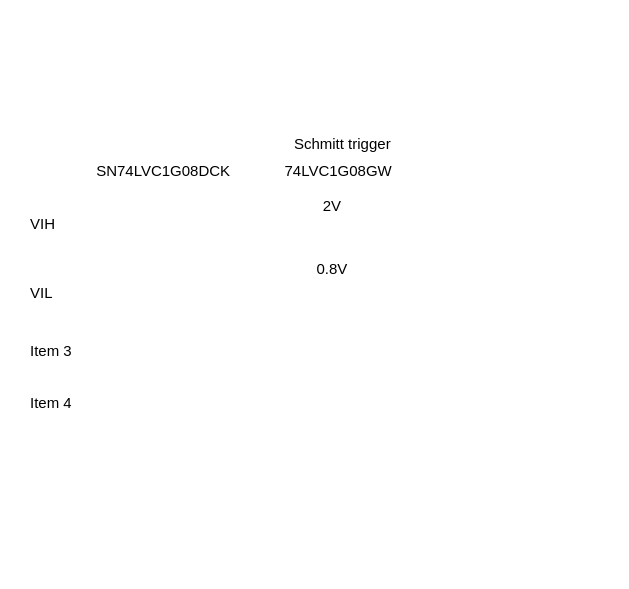
Before: CPU_U39_CP_rework.drawio in kongzhongfeima/draw_io, a draw.io diagram. Source tidied: cells renumbered, new cells numbered last; positions are measured from the earlier drawing's top-left corner, leaving out a move shared by most shapes. Both pictures are drawn from the tidied source at 125%, with x=0, y=0 at pixel (21, 125).
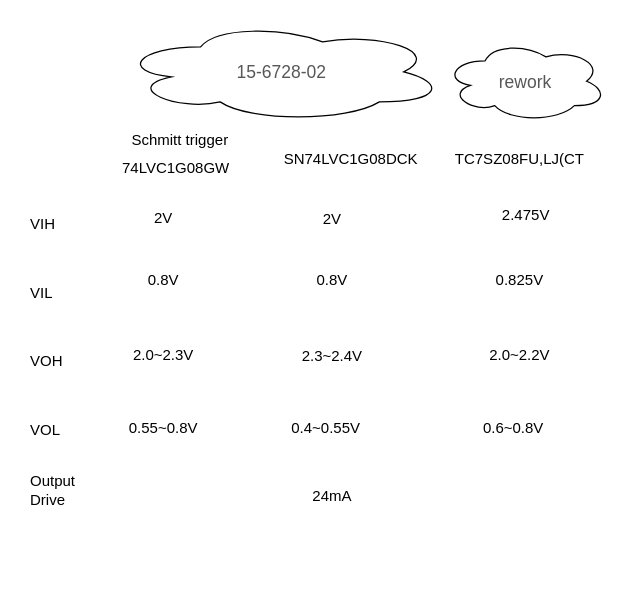
After the change.

Change to the diagram source:
```diff
@@
     <mxCell id="2" style="shape=table;startSize=0;childLayout=tableLayout;fontSize=11;fillColor=none;strokeColor=none;" parent="1" vertex="1">
-      <mxGeometry y="52" width="60" height="190" as="geometry" />
+      <mxGeometry y="52" width="60" height="301" as="geometry" />
     </mxCell>
@@
+    <mxCell id="16" style="shape=tableRow;horizontal=0;startSize=0;swimlaneHead=0;swimlaneBody=0;strokeColor=inherit;top=0;left=0;bottom=0;right=0;fillColor=none;fontSize=16;" parent="2" vertex="1">
+      <mxGeometry y="109" width="60" height="55" as="geometry" />
+    </mxCell>
+    <mxCell id="17" value="VOH" style="shape=partialRectangle;html=1;whiteSpace=wrap;strokeColor=inherit;overflow=hidden;fillColor=none;top=0;left=0;bottom=0;right=0;fontSize=12;align=left;spacingLeft=5;" parent="16" vertex="1">
+      <mxGeometry width="60" height="55" as="geometry" />
+    </mxCell>
+    <mxCell id="18" style="shape=tableRow;horizontal=0;startSize=0;swimlaneHead=0;swimlaneBody=0;strokeColor=inherit;top=0;left=0;bottom=0;right=0;fillColor=none;fontSize=16;" parent="2" vertex="1">
+      <mxGeometry y="164" width="60" height="56" as="geometry" />
+    </mxCell>
+    <mxCell id="19" value="VOL" style="shape=partialRectangle;html=1;whiteSpace=wrap;strokeColor=inherit;overflow=hidden;fillColor=none;top=0;left=0;bottom=0;right=0;fontSize=12;align=left;spacingLeft=5;" parent="18" vertex="1">
+      <mxGeometry width="60" height="56" as="geometry" />
+    </mxCell>
     <mxCell id="7" style="shape=tableRow;horizontal=0;startSize=0;swimlaneHead=0;swimlaneBody=0;strokeColor=inherit;top=0;left=0;bottom=0;right=0;fillColor=none;fontSize=16;" parent="2" vertex="1">
-      <mxGeometry y="109" width="60" height="40" as="geometry" />
+      <mxGeometry y="220" width="60" height="40" as="geometry" />
     </mxCell>
-    <mxCell id="8" value="Item 3" style="shape=partialRectangle;html=1;whiteSpace=wrap;strokeColor=inherit;overflow=hidden;fillColor=none;top=0;left=0;bottom=0;right=0;fontSize=12;align=left;spacingLeft=5;" parent="7" vertex="1">
+    <mxCell id="8" value="Output Drive" style="shape=partialRectangle;html=1;whiteSpace=wrap;strokeColor=inherit;overflow=hidden;fillColor=none;top=0;left=0;bottom=0;right=0;fontSize=12;align=left;spacingLeft=5;" parent="7" vertex="1">
       <mxGeometry width="60" height="40" as="geometry" />
     </mxCell>
     <mxCell id="9" style="shape=tableRow;horizontal=0;startSize=0;swimlaneHead=0;swimlaneBody=0;strokeColor=inherit;top=0;left=0;bottom=0;right=0;fillColor=none;fontSize=16;" parent="2" vertex="1">
-      <mxGeometry y="149" width="60" height="41" as="geometry" />
+      <mxGeometry y="260" width="60" height="41" as="geometry" />
     </mxCell>
-    <mxCell id="10" value="Item 4" style="shape=partialRectangle;html=1;whiteSpace=wrap;strokeColor=inherit;overflow=hidden;fillColor=none;top=0;left=0;bottom=0;right=0;fontSize=12;align=left;spacingLeft=5;" parent="9" vertex="1">
+    <mxCell id="10" style="shape=partialRectangle;html=1;whiteSpace=wrap;strokeColor=inherit;overflow=hidden;fillColor=none;top=0;left=0;bottom=0;right=0;fontSize=12;align=left;spacingLeft=5;" parent="9" vertex="1">
       <mxGeometry width="60" height="41" as="geometry" />
     </mxCell>
     <mxCell id="11" value="SN74LVC1G08DCK" style="text;html=1;align=center;verticalAlign=middle;strokeColor=none;fillColor=none;" parent="1" vertex="1">
-      <mxGeometry x="48" y="22" width="130" height="30" as="geometry" />
+      <mxGeometry x="198" y="12" width="130" height="30" as="geometry" />
     </mxCell>
     <mxCell id="12" value="74LVC1G08GW" style="text;html=1;align=center;verticalAlign=middle;strokeColor=none;fillColor=none;" parent="1" vertex="1">
-      <mxGeometry x="198" y="22" width="110" height="30" as="geometry" />
+      <mxGeometry x="68" y="19" width="110" height="30" as="geometry" />
     </mxCell>
     <mxCell id="13" value="Schmitt trigger&amp;nbsp;" style="text;html=1;align=center;verticalAlign=middle;strokeColor=none;fillColor=none;" parent="1" vertex="1">
-      <mxGeometry x="208" width="100" height="30" as="geometry" />
+      <mxGeometry x="78" y="-3" width="100" height="30" as="geometry" />
     </mxCell>
     <mxCell id="14" value="2V" style="text;html=1;align=center;verticalAlign=middle;strokeColor=none;fillColor=none;" parent="1" vertex="1">
-      <mxGeometry x="228" y="50" width="40" height="30" as="geometry" />
+      <mxGeometry x="93" y="59" width="40" height="30" as="geometry" />
     </mxCell>
     <mxCell id="15" value="0.8V" style="text;html=1;align=center;verticalAlign=middle;strokeColor=none;fillColor=none;" parent="1" vertex="1">
-      <mxGeometry x="223" y="100" width="50" height="30" as="geometry" />
+      <mxGeometry x="88" y="109" width="50" height="30" as="geometry" />
     </mxCell>
+    <mxCell id="20" value="2.0~2.3V" style="text;html=1;align=center;verticalAlign=middle;strokeColor=none;fillColor=none;" parent="1" vertex="1">
+      <mxGeometry x="78" y="169" width="70" height="30" as="geometry" />
+    </mxCell>
+    <mxCell id="21" value="0.55~0.8V" style="text;html=1;align=center;verticalAlign=middle;strokeColor=none;fillColor=none;" parent="1" vertex="1">
+      <mxGeometry x="73" y="227" width="80" height="30" as="geometry" />
+    </mxCell>
+    <mxCell id="22" value="TC7SZ08FU,LJ(CT" style="text;html=1;align=center;verticalAlign=middle;strokeColor=none;fillColor=none;" parent="1" vertex="1">
+      <mxGeometry x="333" y="12" width="130" height="30" as="geometry" />
+    </mxCell>
+    <mxCell id="23" value="2.475V" style="text;html=1;align=center;verticalAlign=middle;strokeColor=none;fillColor=none;" parent="1" vertex="1">
+      <mxGeometry x="373" y="57" width="60" height="30" as="geometry" />
+    </mxCell>
+    <mxCell id="24" value="0.825V" style="text;html=1;align=center;verticalAlign=middle;strokeColor=none;fillColor=none;" parent="1" vertex="1">
+      <mxGeometry x="368" y="109" width="60" height="30" as="geometry" />
+    </mxCell>
+    <mxCell id="25" value="2.0~2.2V" style="text;html=1;align=center;verticalAlign=middle;strokeColor=none;fillColor=none;" parent="1" vertex="1">
+      <mxGeometry x="363" y="169" width="70" height="30" as="geometry" />
+    </mxCell>
+    <mxCell id="26" value="0.6~0.8V" style="text;html=1;align=center;verticalAlign=middle;strokeColor=none;fillColor=none;" parent="1" vertex="1">
+      <mxGeometry x="358" y="227" width="70" height="30" as="geometry" />
+    </mxCell>
+    <mxCell id="27" value="24mA" style="text;html=1;align=center;verticalAlign=middle;strokeColor=none;fillColor=none;" parent="1" vertex="1">
+      <mxGeometry x="223" y="282" width="50" height="30" as="geometry" />
+    </mxCell>
+    <mxCell id="28" value="&lt;ul style=&quot;box-sizing: inherit; margin: 0px; padding: 0px; list-style: none; background: none 0px center; display: inline-flex; flex-wrap: wrap; align-items: center; color: rgb(88, 88, 91); font-family: CiscoSans, Arial, sans-serif; font-size: 14px; text-align: left;&quot; class=&quot;breadcrumb base-padding-top&quot;&gt;&lt;li style=&quot;box-sizing: inherit;&quot;&gt;&lt;span style=&quot;box-sizing: inherit;&quot;&gt;15-6728-02&lt;/span&gt;&lt;/li&gt;&lt;/ul&gt;" style="ellipse;shape=cloud;whiteSpace=wrap;html=1;" parent="1" vertex="1">
+      <mxGeometry x="78" y="-83" width="260" height="80" as="geometry" />
+    </mxCell>
+    <mxCell id="29" value="2V" style="text;html=1;align=center;verticalAlign=middle;strokeColor=none;fillColor=none;" parent="1" vertex="1">
+      <mxGeometry x="228" y="60" width="40" height="30" as="geometry" />
+    </mxCell>
+    <mxCell id="30" value="0.8V" style="text;html=1;align=center;verticalAlign=middle;strokeColor=none;fillColor=none;" parent="1" vertex="1">
+      <mxGeometry x="223" y="109" width="50" height="30" as="geometry" />
+    </mxCell>
+    <mxCell id="31" value="2.3~2.4V" style="text;html=1;align=center;verticalAlign=middle;strokeColor=none;fillColor=none;" parent="1" vertex="1">
+      <mxGeometry x="213" y="170" width="70" height="30" as="geometry" />
+    </mxCell>
+    <mxCell id="32" value="0.4~0.55V" style="text;html=1;align=center;verticalAlign=middle;strokeColor=none;fillColor=none;" parent="1" vertex="1">
+      <mxGeometry x="203" y="227" width="80" height="30" as="geometry" />
+    </mxCell>
+    <mxCell id="33" value="&lt;ul style=&quot;box-sizing: inherit; margin: 0px; padding: 0px; list-style: none; background: none 0px center; display: inline-flex; flex-wrap: wrap; align-items: center; color: rgb(88, 88, 91); font-family: CiscoSans, Arial, sans-serif; font-size: 14px; text-align: left;&quot; class=&quot;breadcrumb base-padding-top&quot;&gt;&lt;li style=&quot;box-sizing: inherit;&quot;&gt;&lt;span style=&quot;box-sizing: inherit;&quot;&gt;rework&lt;/span&gt;&lt;/li&gt;&lt;/ul&gt;" style="ellipse;shape=cloud;whiteSpace=wrap;html=1;" parent="1" vertex="1">
+      <mxGeometry x="338" y="-68" width="130" height="65" as="geometry" />
+    </mxCell>
```
